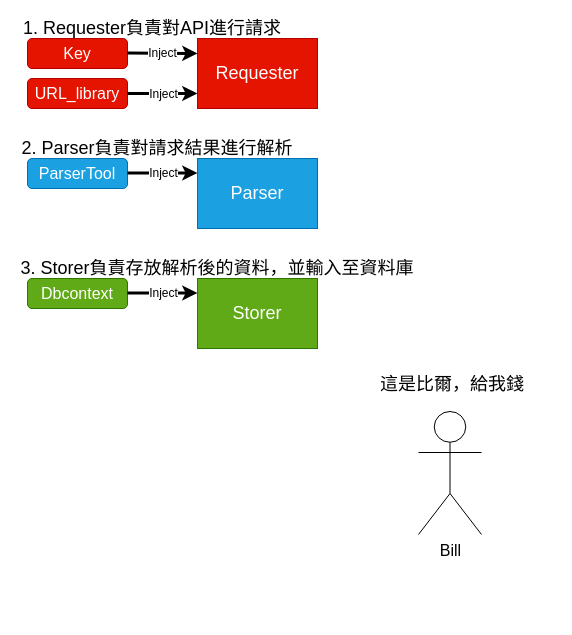
Above: structure.drawio in jimmg35/Sensor_Crawling (draw.io), before the change. Source tidied: cells renumbered, new cells numbered last; positions are measured from the earlier drawing's top-left corner, leaving out a move shared by most shapes. Both pictures are drawn from the tidied source at 100%, with x=0, y=0 at pixel (17, 18). Pictures stored in the file or linked from it are replaced by grey dashed boxes.
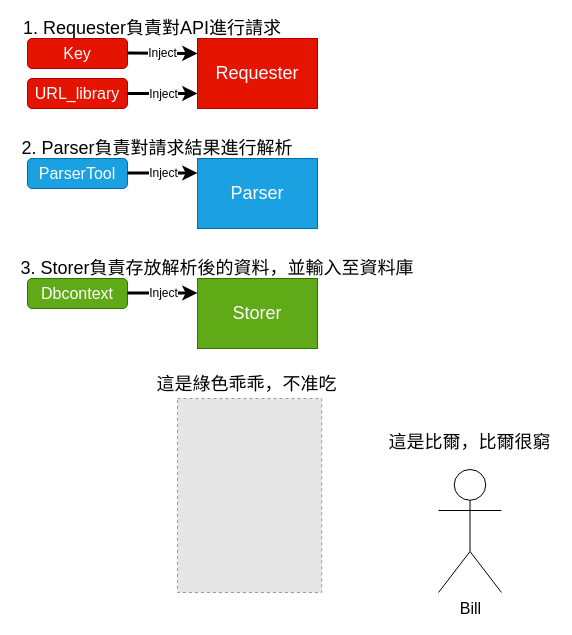
Above is the later version.

Diff of the diagram source:
```diff
@@
     <mxCell id="20" value="&lt;font style=&quot;font-size: 16px&quot;&gt;Bill&lt;/font&gt;" style="shape=umlActor;verticalLabelPosition=bottom;verticalAlign=top;html=1;" parent="1" vertex="1">
-      <mxGeometry x="401" y="393" width="63" height="123" as="geometry" />
+      <mxGeometry x="421" y="451" width="63" height="123" as="geometry" />
     </mxCell>
-    <mxCell id="21" value="&lt;span style=&quot;font-size: 18px&quot;&gt;這是比爾，給我錢&lt;/span&gt;" style="text;html=1;strokeColor=none;fillColor=none;align=center;verticalAlign=middle;whiteSpace=wrap;rounded=0;fontSize=12;" parent="1" vertex="1">
-      <mxGeometry x="356" y="356" width="158" height="20" as="geometry" />
+    <mxCell id="21" value="&lt;span style=&quot;font-size: 18px&quot;&gt;這是比爾，比爾很窮&lt;/span&gt;" style="text;html=1;strokeColor=none;fillColor=none;align=center;verticalAlign=middle;whiteSpace=wrap;rounded=0;fontSize=12;" parent="1" vertex="1">
+      <mxGeometry x="367" y="414" width="171" height="20" as="geometry" />
     </mxCell>
+    <mxCell id="22" style="fillColor=#E6E6E6;strokeColor=#999999;dashed=1;verticalLabelPosition=bottom;labelBackgroundColor=#ffffff;verticalAlign=top;" parent="1" vertex="1">
+      <mxGeometry x="160" y="380" width="144.2" height="194" as="geometry" />
+    </mxCell>
+    <mxCell id="23" value="&lt;span style=&quot;font-size: 18px&quot;&gt;這是綠色乖乖，不准吃&lt;/span&gt;" style="text;html=1;strokeColor=none;fillColor=none;align=center;verticalAlign=middle;whiteSpace=wrap;rounded=0;fontSize=12;" parent="1" vertex="1">
+      <mxGeometry x="138" y="356" width="183" height="20" as="geometry" />
+    </mxCell>
```
